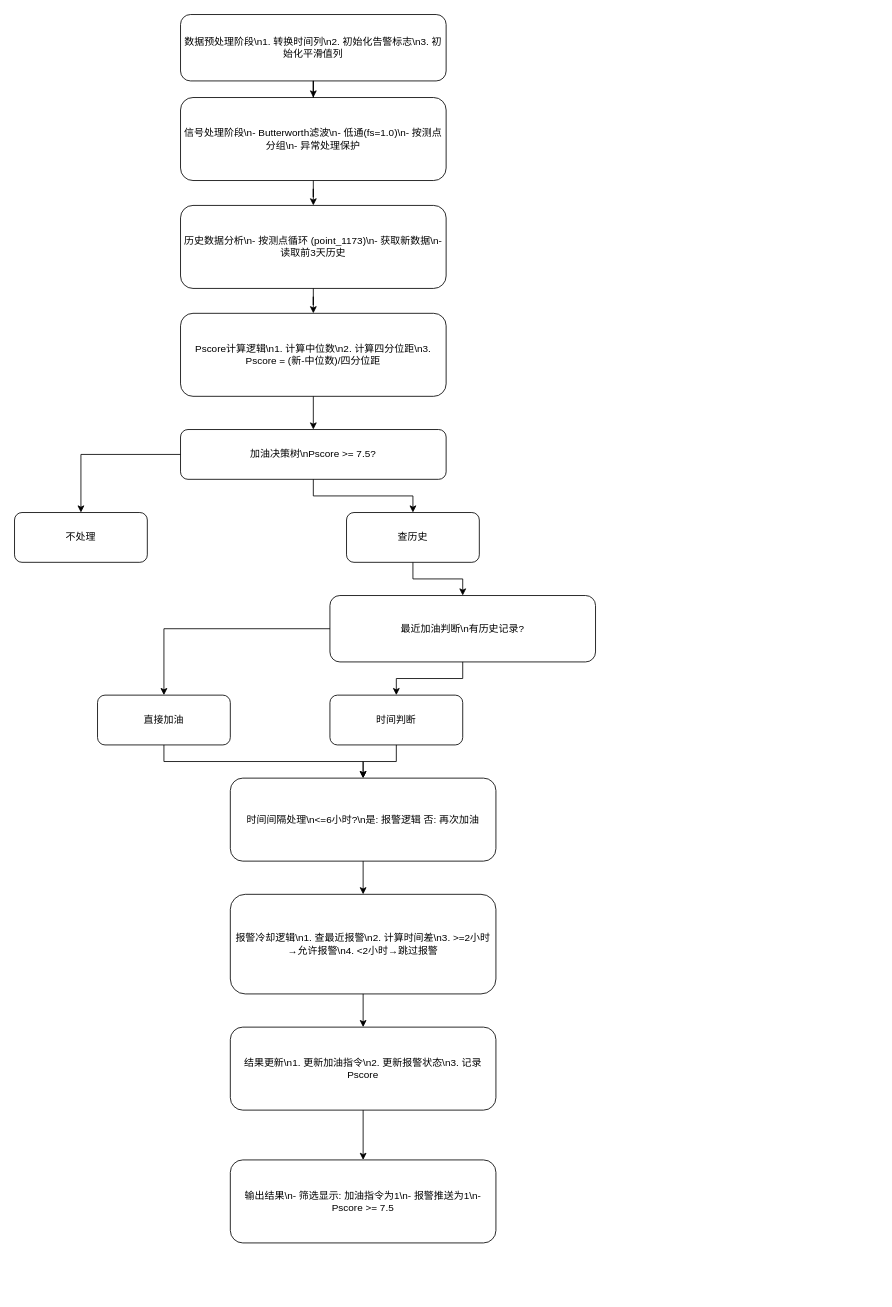
This is pscore_fuel_decision.drawio from 729973389/picture, a draw.io file, before an edit. Source tidied: cells renumbered, new cells numbered last; positions are measured from the earlier drawing's top-left corner, leaving out a move shared by most shapes. Both pictures are drawn from the tidied source at 83%, with x=0, y=0 at pixel (14, 14).
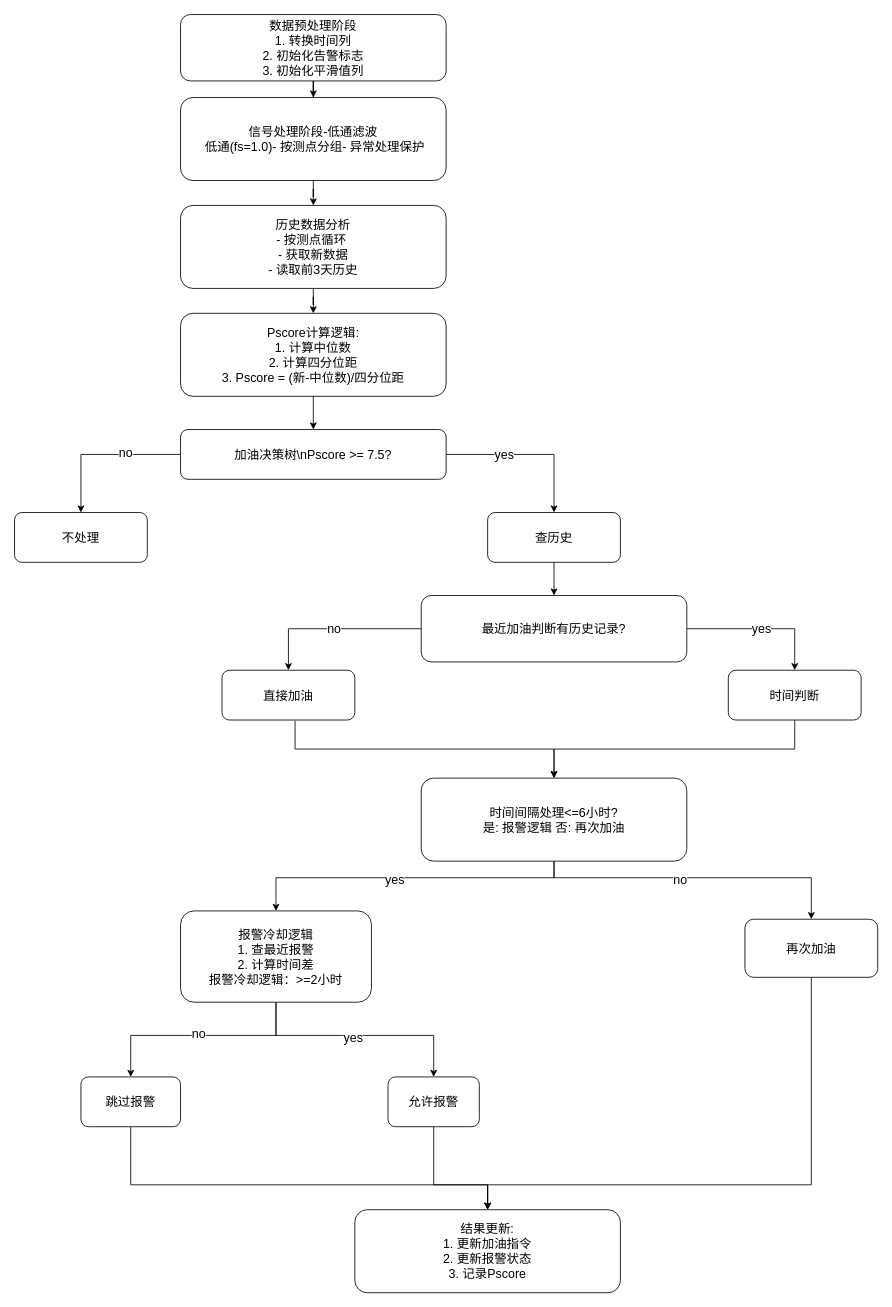
Above is the later version.

Change to the diagram source:
```diff
@@
-    <mxCell id="2" value="数据预处理阶段\n1. 转换时间列\n2. 初始化告警标志\n3. 初始化平滑值列" style="rounded=1;whiteSpace=wrap;html=1;strokeColor=#000000;fillColor=#FFFFFF;" parent="1" vertex="1">
+    <mxCell id="2" value="数据预处理阶段&lt;div&gt;1. 转换时间列&lt;/div&gt;&lt;div&gt;2. 初始化告警标志&lt;/div&gt;&lt;div&gt;3. 初始化平滑值列&lt;/div&gt;" style="rounded=1;whiteSpace=wrap;html=1;strokeColor=#000000;fillColor=#FFFFFF;fontSize=15;" parent="1" vertex="1">
       <mxGeometry x="200" width="320" height="80" as="geometry" />
     </mxCell>
-    <mxCell id="3" value="信号处理阶段\n- Butterworth滤波\n- 低通(fs=1.0)\n- 按测点分组\n- 异常处理保护" style="rounded=1;whiteSpace=wrap;html=1;strokeColor=#000000;fillColor=#FFFFFF;" parent="1" vertex="1">
+    <mxCell id="3" value="信号处理阶段-低通滤波&lt;div&gt;&lt;span style=&quot;background-color: transparent; color: light-dark(rgb(0, 0, 0), rgb(255, 255, 255));&quot;&gt;&amp;nbsp;低通(fs=1.0)- 按测点分组- 异常处理保护&lt;/span&gt;&lt;br&gt;&lt;/div&gt;" style="rounded=1;whiteSpace=wrap;html=1;strokeColor=#000000;fillColor=#FFFFFF;fontSize=15;" parent="1" vertex="1">
       <mxGeometry x="200" y="100" width="320" height="100" as="geometry" />
     </mxCell>
-    <mxCell id="4" value="历史数据分析\n- 按测点循环 (point_1173)\n- 获取新数据\n- 读取前3天历史" style="rounded=1;whiteSpace=wrap;html=1;strokeColor=#000000;fillColor=#FFFFFF;" parent="1" vertex="1">
+    <mxCell id="4" value="历史数据分析&lt;div&gt;- 按测点循环&amp;nbsp;&lt;/div&gt;&lt;div&gt;- 获取新数据&lt;/div&gt;&lt;div&gt;- 读取前3天历史&lt;/div&gt;" style="rounded=1;whiteSpace=wrap;html=1;strokeColor=#000000;fillColor=#FFFFFF;fontSize=15;" parent="1" vertex="1">
       <mxGeometry x="200" y="230" width="320" height="100" as="geometry" />
     </mxCell>
-    <mxCell id="5" value="Pscore计算逻辑\n1. 计算中位数\n2. 计算四分位距\n3. Pscore = (新-中位数)/四分位距" style="rounded=1;whiteSpace=wrap;html=1;strokeColor=#000000;fillColor=#FFFFFF;" parent="1" vertex="1">
+    <mxCell id="5" value="Pscore计算逻辑:&lt;div&gt;1. 计算中位数&lt;/div&gt;&lt;div&gt;2. 计算四分位距&lt;/div&gt;&lt;div&gt;3. Pscore = (新-中位数)/四分位距&lt;/div&gt;" style="rounded=1;whiteSpace=wrap;html=1;strokeColor=#000000;fillColor=#FFFFFF;fontSize=15;" parent="1" vertex="1">
       <mxGeometry x="200" y="360" width="320" height="100" as="geometry" />
     </mxCell>
-    <mxCell id="6" value="加油决策树\nPscore &gt;= 7.5?" style="rounded=1;whiteSpace=wrap;html=1;strokeColor=#000000;fillColor=#FFFFFF;" parent="1" vertex="1">
+    <mxCell id="6" value="加油决策树\nPscore &amp;gt;= 7.5?" style="rounded=1;whiteSpace=wrap;html=1;strokeColor=#000000;fillColor=#FFFFFF;fontSize=15;" parent="1" vertex="1">
       <mxGeometry x="200" y="500" width="320" height="60" as="geometry" />
     </mxCell>
-    <mxCell id="7" value="不处理" style="rounded=1;whiteSpace=wrap;html=1;strokeColor=#000000;fillColor=#FFFFFF;" parent="1" vertex="1">
+    <mxCell id="7" value="不处理" style="rounded=1;whiteSpace=wrap;html=1;strokeColor=#000000;fillColor=#FFFFFF;fontSize=15;" parent="1" vertex="1">
       <mxGeometry y="600" width="160" height="60" as="geometry" />
     </mxCell>
-    <mxCell id="8" value="查历史" style="rounded=1;whiteSpace=wrap;html=1;strokeColor=#000000;fillColor=#FFFFFF;" parent="1" vertex="1">
-      <mxGeometry x="400" y="600" width="160" height="60" as="geometry" />
+    <mxCell id="8" value="查历史" style="rounded=1;whiteSpace=wrap;html=1;strokeColor=#000000;fillColor=#FFFFFF;fontSize=15;" parent="1" vertex="1">
+      <mxGeometry x="570" y="600" width="160" height="60" as="geometry" />
     </mxCell>
-    <mxCell id="9" value="最近加油判断\n有历史记录?" style="rounded=1;whiteSpace=wrap;html=1;strokeColor=#000000;fillColor=#FFFFFF;" parent="1" vertex="1">
-      <mxGeometry x="380" y="700" width="320" height="80" as="geometry" />
+    <mxCell id="9" value="最近加油判断有历史记录?" style="rounded=1;whiteSpace=wrap;html=1;strokeColor=#000000;fillColor=#FFFFFF;fontSize=15;" parent="1" vertex="1">
+      <mxGeometry x="490" y="700" width="320" height="80" as="geometry" />
     </mxCell>
-    <mxCell id="10" value="直接加油" style="rounded=1;whiteSpace=wrap;html=1;strokeColor=#000000;fillColor=#FFFFFF;" parent="1" vertex="1">
-      <mxGeometry x="100" y="820" width="160" height="60" as="geometry" />
+    <mxCell id="10" value="直接加油" style="rounded=1;whiteSpace=wrap;html=1;strokeColor=#000000;fillColor=#FFFFFF;fontSize=15;" parent="1" vertex="1">
+      <mxGeometry x="250" y="790" width="160" height="60" as="geometry" />
     </mxCell>
-    <mxCell id="11" value="时间判断" style="rounded=1;whiteSpace=wrap;html=1;strokeColor=#000000;fillColor=#FFFFFF;" parent="1" vertex="1">
-      <mxGeometry x="380" y="820" width="160" height="60" as="geometry" />
+    <mxCell id="11" value="时间判断" style="rounded=1;whiteSpace=wrap;html=1;strokeColor=#000000;fillColor=#FFFFFF;fontSize=15;" parent="1" vertex="1">
+      <mxGeometry x="860" y="790" width="160" height="60" as="geometry" />
     </mxCell>
+    <mxCell id="30" style="edgeStyle=orthogonalEdgeStyle;rounded=0;jettySize=auto;html=1;entryX=0.5;entryY=0;entryDx=0;entryDy=0;" parent="1" edge="1" source="12" target="39">
+      <mxGeometry relative="1" as="geometry">
+        <Array as="points">
+          <mxPoint x="650" y="1040" />
+          <mxPoint x="960" y="1040" />
+        </Array>
+      </mxGeometry>
+    </mxCell>
+    <mxCell id="31" value="no" style="edgeLabel;html=1;align=center;verticalAlign=middle;fontSize=15;" parent="30" vertex="1">
+      <mxGeometry x="-0.1" y="-1" relative="1" as="geometry" />
+    </mxCell>
-    <mxCell id="12" value="时间间隔处理\n&lt;=6小时?\n是: 报警逻辑   否: 再次加油" style="rounded=1;whiteSpace=wrap;html=1;strokeColor=#000000;fillColor=#FFFFFF;" parent="1" vertex="1">
-      <mxGeometry x="260" y="920" width="320" height="100" as="geometry" />
+    <mxCell id="12" value="时间间隔处理&amp;lt;=6小时?&lt;div&gt;是: 报警逻辑   否: 再次加油&lt;/div&gt;" style="rounded=1;whiteSpace=wrap;html=1;strokeColor=#000000;fillColor=#FFFFFF;fontSize=15;" parent="1" vertex="1">
+      <mxGeometry x="490" y="920" width="320" height="100" as="geometry" />
     </mxCell>
+    <mxCell id="32" style="edgeStyle=orthogonalEdgeStyle;rounded=0;jettySize=auto;html=1;entryX=0.5;entryY=0;entryDx=0;entryDy=0;" parent="1" edge="1" source="13" target="41">
+      <mxGeometry relative="1" as="geometry">
+        <Array as="points">
+          <mxPoint x="315" y="1230" />
+          <mxPoint x="140" y="1230" />
+        </Array>
+      </mxGeometry>
+    </mxCell>
+    <mxCell id="33" value="no" style="edgeLabel;html=1;align=center;verticalAlign=middle;fontSize=15;" parent="32" vertex="1">
+      <mxGeometry x="0.01" y="-3" relative="1" as="geometry" />
+    </mxCell>
+    <mxCell id="34" style="edgeStyle=orthogonalEdgeStyle;rounded=0;jettySize=auto;html=1;entryX=0.5;entryY=0;entryDx=0;entryDy=0;" parent="1" edge="1" source="13" target="43">
+      <mxGeometry relative="1" as="geometry">
+        <Array as="points">
+          <mxPoint x="315" y="1230" />
+          <mxPoint x="505" y="1230" />
+        </Array>
+      </mxGeometry>
+    </mxCell>
+    <mxCell id="35" value="yes" style="edgeLabel;html=1;align=center;verticalAlign=middle;fontSize=15;" parent="34" vertex="1">
+      <mxGeometry x="-0.06" y="-1" relative="1" as="geometry" />
+    </mxCell>
-    <mxCell id="13" value="报警冷却逻辑\n1. 查最近报警\n2. 计算时间差\n3. &gt;=2小时→允许报警\n4. &lt;2小时→跳过报警" style="rounded=1;whiteSpace=wrap;html=1;strokeColor=#000000;fillColor=#FFFFFF;" parent="1" vertex="1">
-      <mxGeometry x="260" y="1060" width="320" height="120" as="geometry" />
+    <mxCell id="13" value="报警冷却逻辑&lt;div&gt;1. 查最近报警&lt;/div&gt;&lt;div&gt;2. 计算时间差&lt;/div&gt;&lt;div&gt;报警冷却逻辑：&lt;span style=&quot;background-color: transparent; color: light-dark(rgb(0, 0, 0), rgb(255, 255, 255));&quot;&gt;&amp;gt;=2小时&lt;/span&gt;&lt;/div&gt;" style="rounded=1;whiteSpace=wrap;html=1;strokeColor=#000000;fillColor=#FFFFFF;fontSize=15;" parent="1" vertex="1">
+      <mxGeometry x="200" y="1080" width="230" height="110" as="geometry" />
     </mxCell>
-    <mxCell id="14" value="结果更新\n1. 更新加油指令\n2. 更新报警状态\n3. 记录Pscore" style="rounded=1;whiteSpace=wrap;html=1;strokeColor=#000000;fillColor=#FFFFFF;" parent="1" vertex="1">
-      <mxGeometry x="260" y="1220" width="320" height="100" as="geometry" />
+    <mxCell id="14" value="结果更新:&lt;div&gt;1. 更新加油指令&lt;div&gt;2. 更新报警状态&lt;/div&gt;&lt;div&gt;3. 记录Pscore&lt;/div&gt;&lt;/div&gt;" style="rounded=1;whiteSpace=wrap;html=1;strokeColor=#000000;fillColor=#FFFFFF;fontSize=15;" parent="1" vertex="1">
+      <mxGeometry x="410" y="1440" width="320" height="100" as="geometry" />
     </mxCell>
-    <mxCell id="15" value="输出结果\n- 筛选显示: 加油指令为1\n- 报警推送为1\n- Pscore &gt;= 7.5" style="rounded=1;whiteSpace=wrap;html=1;strokeColor=#000000;fillColor=#FFFFFF;" parent="1" vertex="1">
-      <mxGeometry x="260" y="1380" width="320" height="100" as="geometry" />
-    </mxCell>
-    <mxCell id="16" style="edgeStyle=orthogonalEdgeStyle;rounded=0;jettySize=auto;html=1;" parent="1" edge="1" source="2" target="3">
+    <mxCell id="16" style="edgeStyle=orthogonalEdgeStyle;rounded=0;jettySize=auto;html=1;fontSize=15;" parent="1" edge="1" source="2" target="3">
       <mxGeometry relative="1" as="geometry" />
     </mxCell>
-    <mxCell id="17" style="edgeStyle=orthogonalEdgeStyle;rounded=0;jettySize=auto;html=1;" parent="1" edge="1" source="3" target="4">
+    <mxCell id="17" style="edgeStyle=orthogonalEdgeStyle;rounded=0;jettySize=auto;html=1;fontSize=15;" parent="1" edge="1" source="3" target="4">
       <mxGeometry relative="1" as="geometry" />
     </mxCell>
-    <mxCell id="18" style="edgeStyle=orthogonalEdgeStyle;rounded=0;jettySize=auto;html=1;" parent="1" edge="1" source="4" target="5">
+    <mxCell id="18" style="edgeStyle=orthogonalEdgeStyle;rounded=0;jettySize=auto;html=1;fontSize=15;" parent="1" edge="1" source="4" target="5">
       <mxGeometry relative="1" as="geometry" />
     </mxCell>
-    <mxCell id="19" style="edgeStyle=orthogonalEdgeStyle;rounded=0;jettySize=auto;html=1;" parent="1" edge="1" source="5" target="6">
+    <mxCell id="19" style="edgeStyle=orthogonalEdgeStyle;rounded=0;jettySize=auto;html=1;fontSize=15;" parent="1" edge="1" source="5" target="6">
       <mxGeometry relative="1" as="geometry" />
     </mxCell>
-    <mxCell id="20" style="edgeStyle=orthogonalEdgeStyle;rounded=0;jettySize=auto;html=1;" parent="1" edge="1" source="6" target="7">
+    <mxCell id="20" style="edgeStyle=orthogonalEdgeStyle;rounded=0;jettySize=auto;html=1;fontSize=15;" parent="1" edge="1" source="6" target="7">
       <mxGeometry relative="1" as="geometry" />
     </mxCell>
+    <mxCell id="36" value="no" style="edgeLabel;html=1;align=center;verticalAlign=middle;fontSize=15;" parent="20" vertex="1">
+      <mxGeometry x="-0.29" y="-4" relative="1" as="geometry" />
+    </mxCell>
-    <mxCell id="21" style="edgeStyle=orthogonalEdgeStyle;rounded=0;jettySize=auto;html=1;" parent="1" edge="1" source="6" target="8">
-      <mxGeometry relative="1" as="geometry" />
+    <mxCell id="21" value="yes" style="edgeStyle=orthogonalEdgeStyle;rounded=0;jettySize=auto;html=1;exitX=1;exitY=0.5;exitDx=0;exitDy=0;fontSize=15;" parent="1" edge="1" source="6" target="8">
+      <mxGeometry x="-0.3" relative="1" as="geometry" />
     </mxCell>
-    <mxCell id="22" style="edgeStyle=orthogonalEdgeStyle;rounded=0;jettySize=auto;html=1;" parent="1" edge="1" source="8" target="9">
+    <mxCell id="22" style="edgeStyle=orthogonalEdgeStyle;rounded=0;jettySize=auto;html=1;fontSize=15;" parent="1" edge="1" source="8" target="9">
       <mxGeometry relative="1" as="geometry" />
     </mxCell>
-    <mxCell id="23" style="edgeStyle=orthogonalEdgeStyle;rounded=0;jettySize=auto;html=1;" parent="1" edge="1" source="9" target="10">
+    <mxCell id="23" value="&lt;font&gt;no&lt;/font&gt;" style="edgeStyle=orthogonalEdgeStyle;rounded=0;jettySize=auto;html=1;fontSize=15;" parent="1" edge="1" source="9" target="10">
       <mxGeometry relative="1" as="geometry" />
     </mxCell>
-    <mxCell id="24" style="edgeStyle=orthogonalEdgeStyle;rounded=0;jettySize=auto;html=1;" parent="1" edge="1" source="9" target="11">
+    <mxCell id="24" value="&lt;font&gt;yes&lt;/font&gt;" style="edgeStyle=orthogonalEdgeStyle;rounded=0;jettySize=auto;html=1;fontSize=15;" parent="1" edge="1" source="9" target="11">
       <mxGeometry relative="1" as="geometry" />
     </mxCell>
-    <mxCell id="25" style="edgeStyle=orthogonalEdgeStyle;rounded=0;jettySize=auto;html=1;" parent="1" edge="1" source="11" target="12">
+    <mxCell id="25" style="edgeStyle=orthogonalEdgeStyle;rounded=0;jettySize=auto;html=1;exitX=0.5;exitY=1;exitDx=0;exitDy=0;fontSize=15;" parent="1" edge="1" source="11" target="12">
       <mxGeometry relative="1" as="geometry" />
     </mxCell>
-    <mxCell id="26" style="edgeStyle=orthogonalEdgeStyle;rounded=0;jettySize=auto;html=1;" parent="1" edge="1" source="10" target="12">
+    <mxCell id="26" style="edgeStyle=orthogonalEdgeStyle;rounded=0;jettySize=auto;html=1;exitX=0.55;exitY=1.013;exitDx=0;exitDy=0;exitPerimeter=0;fontSize=15;" parent="1" edge="1" source="10" target="12">
       <mxGeometry relative="1" as="geometry" />
     </mxCell>
-    <mxCell id="27" style="edgeStyle=orthogonalEdgeStyle;rounded=0;jettySize=auto;html=1;" parent="1" edge="1" source="12" target="13">
-      <mxGeometry relative="1" as="geometry" />
+    <mxCell id="27" style="edgeStyle=orthogonalEdgeStyle;rounded=0;jettySize=auto;html=1;fontSize=15;" parent="1" edge="1" source="12" target="13">
+      <mxGeometry relative="1" as="geometry">
+        <Array as="points">
+          <mxPoint x="650" y="1040" />
+          <mxPoint x="315" y="1040" />
+        </Array>
+      </mxGeometry>
     </mxCell>
-    <mxCell id="28" style="edgeStyle=orthogonalEdgeStyle;rounded=0;jettySize=auto;html=1;" parent="1" edge="1" source="13" target="14">
-      <mxGeometry relative="1" as="geometry" />
-    </mxCell>
-    <mxCell id="29" style="edgeStyle=orthogonalEdgeStyle;rounded=0;jettySize=auto;html=1;" parent="1" edge="1" source="14" target="15">
-      <mxGeometry relative="1" as="geometry" />
-    </mxCell>
+    <mxCell id="37" value="yes" style="edgeLabel;html=1;align=center;verticalAlign=middle;fontSize=15;" parent="27" vertex="1">
+      <mxGeometry x="0.08" y="1" relative="1" as="geometry" />
+    </mxCell>
+    <mxCell id="38" style="edgeStyle=orthogonalEdgeStyle;rounded=0;jettySize=auto;html=1;entryX=0.5;entryY=0;entryDx=0;entryDy=0;" parent="1" edge="1" source="39" target="14">
+      <mxGeometry relative="1" as="geometry">
+        <Array as="points">
+          <mxPoint x="960" y="1410" />
+          <mxPoint x="570" y="1410" />
+        </Array>
+      </mxGeometry>
+    </mxCell>
+    <mxCell id="39" value="再次加油" style="rounded=1;whiteSpace=wrap;html=1;strokeColor=#000000;fillColor=#FFFFFF;fontSize=15;" parent="1" vertex="1">
+      <mxGeometry x="880" y="1090" width="160" height="70" as="geometry" />
+    </mxCell>
+    <mxCell id="40" style="edgeStyle=orthogonalEdgeStyle;rounded=0;jettySize=auto;html=1;" parent="1" edge="1" source="41" target="14">
+      <mxGeometry relative="1" as="geometry">
+        <Array as="points">
+          <mxPoint x="140" y="1410" />
+          <mxPoint x="570" y="1410" />
+        </Array>
+      </mxGeometry>
+    </mxCell>
+    <mxCell id="41" value="跳过报警" style="rounded=1;whiteSpace=wrap;html=1;strokeColor=#000000;fillColor=#FFFFFF;fontSize=15;" parent="1" vertex="1">
+      <mxGeometry x="80" y="1280" width="120" height="60" as="geometry" />
+    </mxCell>
+    <mxCell id="42" style="edgeStyle=orthogonalEdgeStyle;rounded=0;jettySize=auto;html=1;entryX=0.5;entryY=0;entryDx=0;entryDy=0;" parent="1" edge="1" source="43" target="14">
+      <mxGeometry relative="1" as="geometry">
+        <Array as="points">
+          <mxPoint x="505" y="1410" />
+          <mxPoint x="570" y="1410" />
+        </Array>
+      </mxGeometry>
+    </mxCell>
+    <mxCell id="43" value="允许报警" style="rounded=1;whiteSpace=wrap;html=1;strokeColor=#000000;fillColor=#FFFFFF;fontSize=15;" parent="1" vertex="1">
+      <mxGeometry x="450" y="1280" width="110" height="60" as="geometry" />
+    </mxCell>
```
